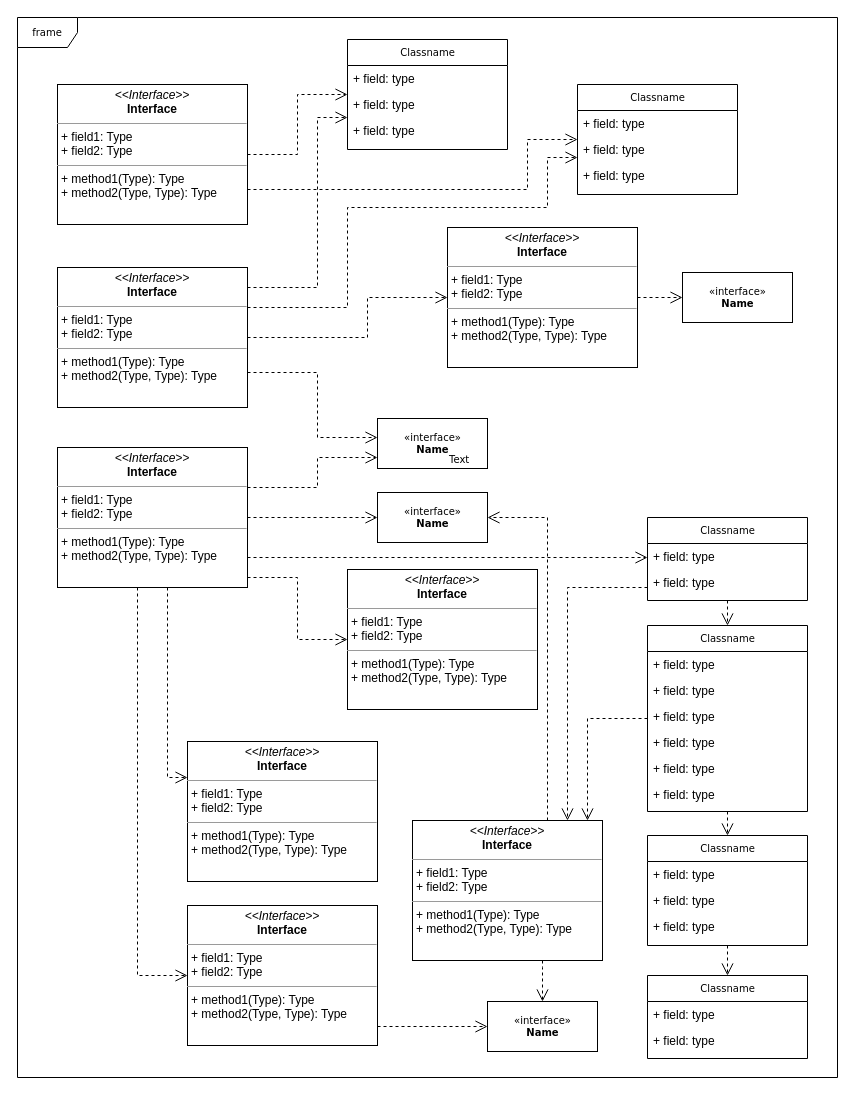
Earlier version of the draw.io diagram Project2.drawio (nafriyie/basic-calculator). Source tidied: cells renumbered, new cells numbered last; positions are measured from the earlier drawing's top-left corner, leaving out a move shared by most shapes. Both pictures are drawn from the tidied source at 100%, with x=0, y=0 at pixel (17, 17).
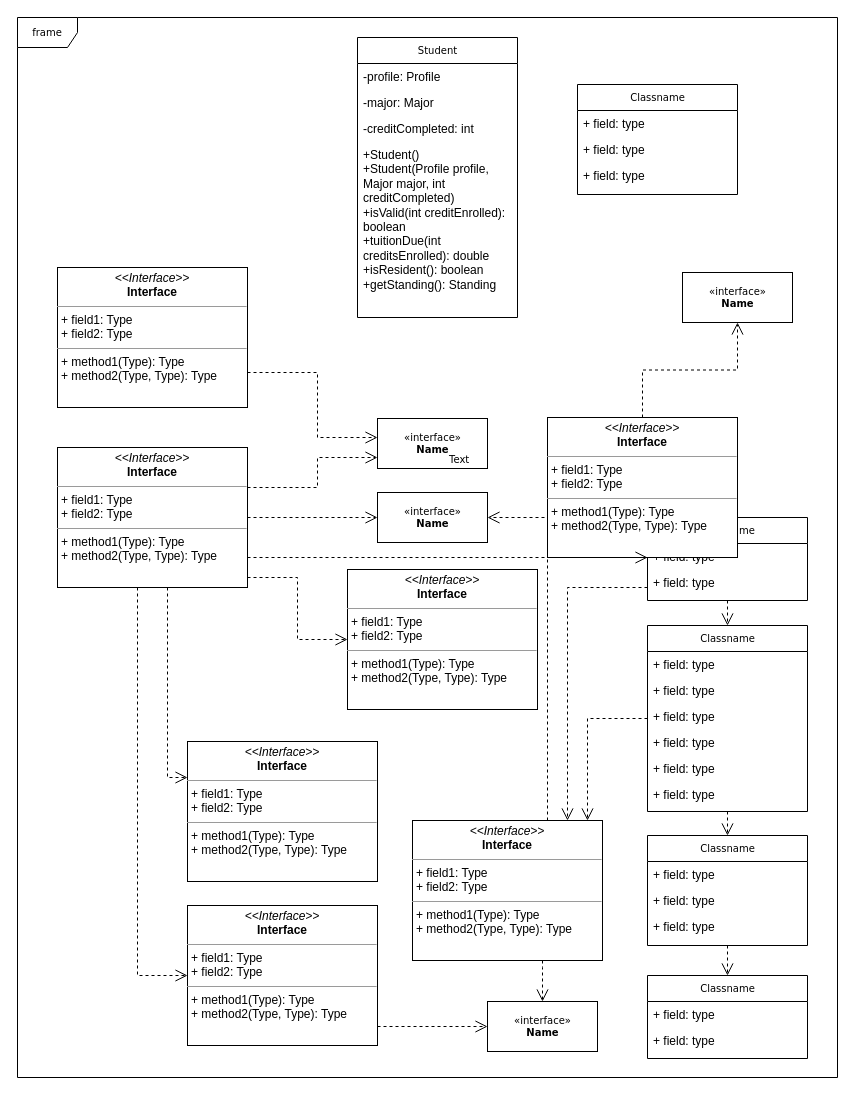
After the change.

The change refers to these unchanged cells:
```xml
<mxCell id="16" value="Classname" style="swimlane;html=1;fontStyle=0;horizontal=1;startSize=26;fillColor=none;swimlaneFillColor=#ffffff;rounded=0;shadow=0;comic=0;labelBackgroundColor=none;strokeWidth=1;fontFamily=Verdana;fontSize=10;align=center;" parent="1" vertex="1">
  <mxGeometry x="560" y="67" width="160" height="110" as="geometry" />
</mxCell>
<mxCell id="53" value="&lt;p style=&quot;margin:0px;margin-top:4px;text-align:center;&quot;&gt;&lt;i&gt;&amp;lt;&amp;lt;Interface&amp;gt;&amp;gt;&lt;/i&gt;&lt;br/&gt;&lt;b&gt;Interface&lt;/b&gt;&lt;/p&gt;&lt;hr size=&quot;1&quot;/&gt;&lt;p style=&quot;margin:0px;margin-left:4px;&quot;&gt;+ field1: Type&lt;br/&gt;+ field2: Type&lt;/p&gt;&lt;hr size=&quot;1&quot;/&gt;&lt;p style=&quot;margin:0px;margin-left:4px;&quot;&gt;+ method1(Type): Type&lt;br/&gt;+ method2(Type, Type): Type&lt;/p&gt;" style="verticalAlign=top;align=left;overflow=fill;fontSize=12;fontFamily=Helvetica;html=1;rounded=0;shadow=0;comic=0;labelBackgroundColor=none;strokeWidth=1;" parent="1" vertex="1">
  <mxGeometry x="40" y="250" width="190" height="140" as="geometry" />
</mxCell>
```

Diff of the diagram source:
```diff
@@
-    <mxCell id="12" value="Classname" style="swimlane;html=1;fontStyle=0;horizontal=1;startSize=26;fillColor=none;swimlaneFillColor=#ffffff;rounded=0;shadow=0;comic=0;labelBackgroundColor=none;strokeWidth=1;fontFamily=Verdana;fontSize=10;align=center;" parent="1" vertex="1">
-      <mxGeometry x="330" y="22" width="160" height="110" as="geometry" />
+    <mxCell id="12" value="Student" style="swimlane;html=1;fontStyle=0;horizontal=1;startSize=26;fillColor=none;swimlaneFillColor=#ffffff;rounded=0;shadow=0;comic=0;labelBackgroundColor=none;strokeWidth=1;fontFamily=Verdana;fontSize=10;align=center;" parent="1" vertex="1">
+      <mxGeometry x="340" y="20" width="160" height="280" as="geometry" />
     </mxCell>
-    <mxCell id="13" value="+ field: type" style="text;html=1;strokeColor=none;fillColor=none;align=left;verticalAlign=top;spacingLeft=4;spacingRight=4;whiteSpace=wrap;overflow=hidden;" parent="12" vertex="1">
+    <mxCell id="13" value="-profile: Profile" style="text;html=1;strokeColor=none;fillColor=none;align=left;verticalAlign=top;spacingLeft=4;spacingRight=4;whiteSpace=wrap;overflow=hidden;" parent="12" vertex="1">
       <mxGeometry y="26" width="160" height="26" as="geometry" />
     </mxCell>
-    <mxCell id="14" value="+ field: type" style="text;html=1;strokeColor=none;fillColor=none;align=left;verticalAlign=top;spacingLeft=4;spacingRight=4;whiteSpace=wrap;overflow=hidden;" parent="12" vertex="1">
+    <mxCell id="14" value="-major: Major" style="text;html=1;strokeColor=none;fillColor=none;align=left;verticalAlign=top;spacingLeft=4;spacingRight=4;whiteSpace=wrap;overflow=hidden;" parent="12" vertex="1">
       <mxGeometry y="52" width="160" height="26" as="geometry" />
     </mxCell>
-    <mxCell id="15" value="+ field: type" style="text;html=1;strokeColor=none;fillColor=none;align=left;verticalAlign=top;spacingLeft=4;spacingRight=4;whiteSpace=wrap;overflow=hidden;" parent="12" vertex="1">
+    <mxCell id="15" value="-creditCompleted: int" style="text;html=1;strokeColor=none;fillColor=none;align=left;verticalAlign=top;spacingLeft=4;spacingRight=4;whiteSpace=wrap;overflow=hidden;" parent="12" vertex="1">
       <mxGeometry y="78" width="160" height="26" as="geometry" />
     </mxCell>
+    <mxCell id="62" value="&lt;div&gt;+Student()&lt;/div&gt;&lt;div&gt;+Student(Profile profile, Major major, int creditCompleted)&lt;/div&gt;&lt;div&gt;+isValid(int creditEnrolled): boolean&lt;/div&gt;&lt;div&gt;+tuitionDue(int creditsEnrolled): double&lt;br&gt;&lt;/div&gt;&lt;div&gt;+isResident(): boolean&lt;/div&gt;&lt;div&gt;+getStanding(): Standing&lt;br&gt;&lt;/div&gt;" style="text;html=1;strokeColor=none;fillColor=none;align=left;verticalAlign=top;spacingLeft=4;spacingRight=4;whiteSpace=wrap;overflow=hidden;" parent="12" vertex="1">
+      <mxGeometry y="104" width="160" height="176" as="geometry" />
+    </mxCell>
@@
     <mxCell id="43" value="&lt;p style=&quot;margin:0px;margin-top:4px;text-align:center;&quot;&gt;&lt;i&gt;&amp;lt;&amp;lt;Interface&amp;gt;&amp;gt;&lt;/i&gt;&lt;br/&gt;&lt;b&gt;Interface&lt;/b&gt;&lt;/p&gt;&lt;hr size=&quot;1&quot;/&gt;&lt;p style=&quot;margin:0px;margin-left:4px;&quot;&gt;+ field1: Type&lt;br/&gt;+ field2: Type&lt;/p&gt;&lt;hr size=&quot;1&quot;/&gt;&lt;p style=&quot;margin:0px;margin-left:4px;&quot;&gt;+ method1(Type): Type&lt;br/&gt;+ method2(Type, Type): Type&lt;/p&gt;" style="verticalAlign=top;align=left;overflow=fill;fontSize=12;fontFamily=Helvetica;html=1;rounded=0;shadow=0;comic=0;labelBackgroundColor=none;strokeWidth=1;" parent="1" vertex="1">
-      <mxGeometry x="430" y="210" width="190" height="140" as="geometry" />
+      <mxGeometry x="530" y="400" width="190" height="140" as="geometry" />
     </mxCell>
@@
-    <mxCell id="46" style="edgeStyle=orthogonalEdgeStyle;rounded=0;html=1;labelBackgroundColor=none;startFill=0;endArrow=open;endFill=0;endSize=10;fontFamily=Verdana;fontSize=10;dashed=1;" parent="1" edge="1" source="48" target="12">
-      <mxGeometry relative="1" as="geometry" />
-    </mxCell>
-    <mxCell id="47" style="edgeStyle=orthogonalEdgeStyle;rounded=0;html=1;exitX=1;exitY=0.75;dashed=1;labelBackgroundColor=none;startFill=0;endArrow=open;endFill=0;endSize=10;fontFamily=Verdana;fontSize=10;" parent="1" edge="1" source="48" target="16">
-      <mxGeometry relative="1" as="geometry">
-        <Array as="points">
-          <mxPoint x="510" y="172" />
-          <mxPoint x="510" y="122" />
-        </Array>
-      </mxGeometry>
-    </mxCell>
-    <mxCell id="48" value="&lt;p style=&quot;margin:0px;margin-top:4px;text-align:center;&quot;&gt;&lt;i&gt;&amp;lt;&amp;lt;Interface&amp;gt;&amp;gt;&lt;/i&gt;&lt;br/&gt;&lt;b&gt;Interface&lt;/b&gt;&lt;/p&gt;&lt;hr size=&quot;1&quot;/&gt;&lt;p style=&quot;margin:0px;margin-left:4px;&quot;&gt;+ field1: Type&lt;br/&gt;+ field2: Type&lt;/p&gt;&lt;hr size=&quot;1&quot;/&gt;&lt;p style=&quot;margin:0px;margin-left:4px;&quot;&gt;+ method1(Type): Type&lt;br/&gt;+ method2(Type, Type): Type&lt;/p&gt;" style="verticalAlign=top;align=left;overflow=fill;fontSize=12;fontFamily=Helvetica;html=1;rounded=0;shadow=0;comic=0;labelBackgroundColor=none;strokeWidth=1;" parent="1" vertex="1">
-      <mxGeometry x="40" y="67" width="190" height="140" as="geometry" />
-    </mxCell>
-    <mxCell id="49" style="edgeStyle=orthogonalEdgeStyle;rounded=0;html=1;dashed=1;labelBackgroundColor=none;startFill=0;endArrow=open;endFill=0;endSize=10;fontFamily=Verdana;fontSize=10;" parent="1" edge="1" source="53" target="12">
-      <mxGeometry relative="1" as="geometry">
-        <Array as="points">
-          <mxPoint x="300" y="270" />
-          <mxPoint x="300" y="100" />
-        </Array>
-      </mxGeometry>
-    </mxCell>
-    <mxCell id="50" style="edgeStyle=orthogonalEdgeStyle;rounded=0;html=1;dashed=1;labelBackgroundColor=none;startFill=0;endArrow=open;endFill=0;endSize=10;fontFamily=Verdana;fontSize=10;" parent="1" edge="1" source="53" target="16">
-      <mxGeometry relative="1" as="geometry">
-        <Array as="points">
-          <mxPoint x="330" y="290" />
-          <mxPoint x="330" y="190" />
-          <mxPoint x="530" y="190" />
-          <mxPoint x="530" y="140" />
-        </Array>
-      </mxGeometry>
-    </mxCell>
-    <mxCell id="51" style="edgeStyle=orthogonalEdgeStyle;rounded=0;html=1;dashed=1;labelBackgroundColor=none;startFill=0;endArrow=open;endFill=0;endSize=10;fontFamily=Verdana;fontSize=10;" parent="1" edge="1" source="53" target="43">
-      <mxGeometry relative="1" as="geometry">
-        <Array as="points">
-          <mxPoint x="350" y="320" />
-          <mxPoint x="350" y="280" />
-        </Array>
-      </mxGeometry>
-    </mxCell>
```
